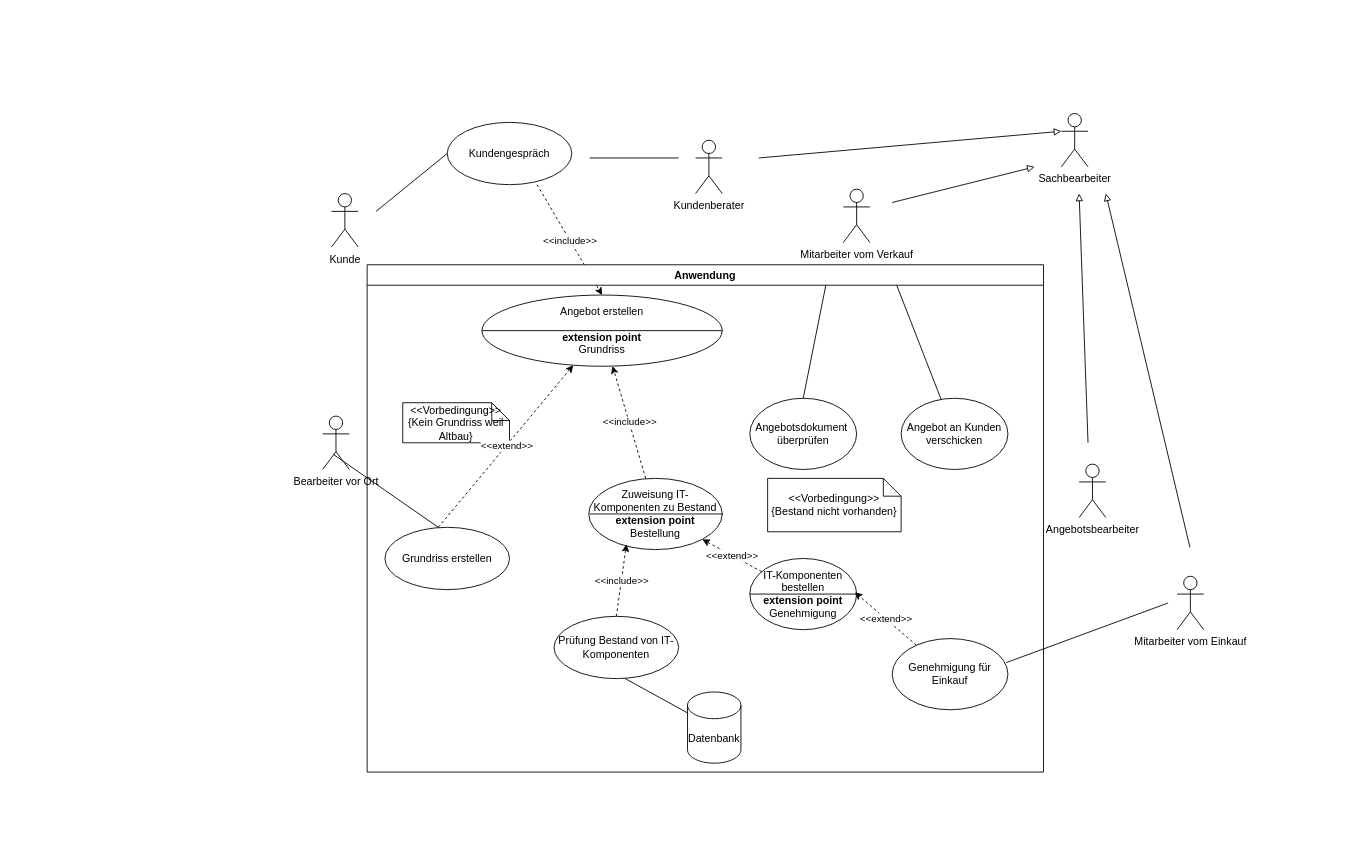
i21Erik/LF_8 keeps this draw.io diagram as Use-case-diagram.drawio. Above is the earlier version. Source tidied: cells renumbered, new cells numbered last; positions are measured from the earlier drawing's top-left corner, leaving out a move shared by most shapes. Both pictures are drawn from the tidied source at 89%, with x=0, y=0 at pixel (322, 113).
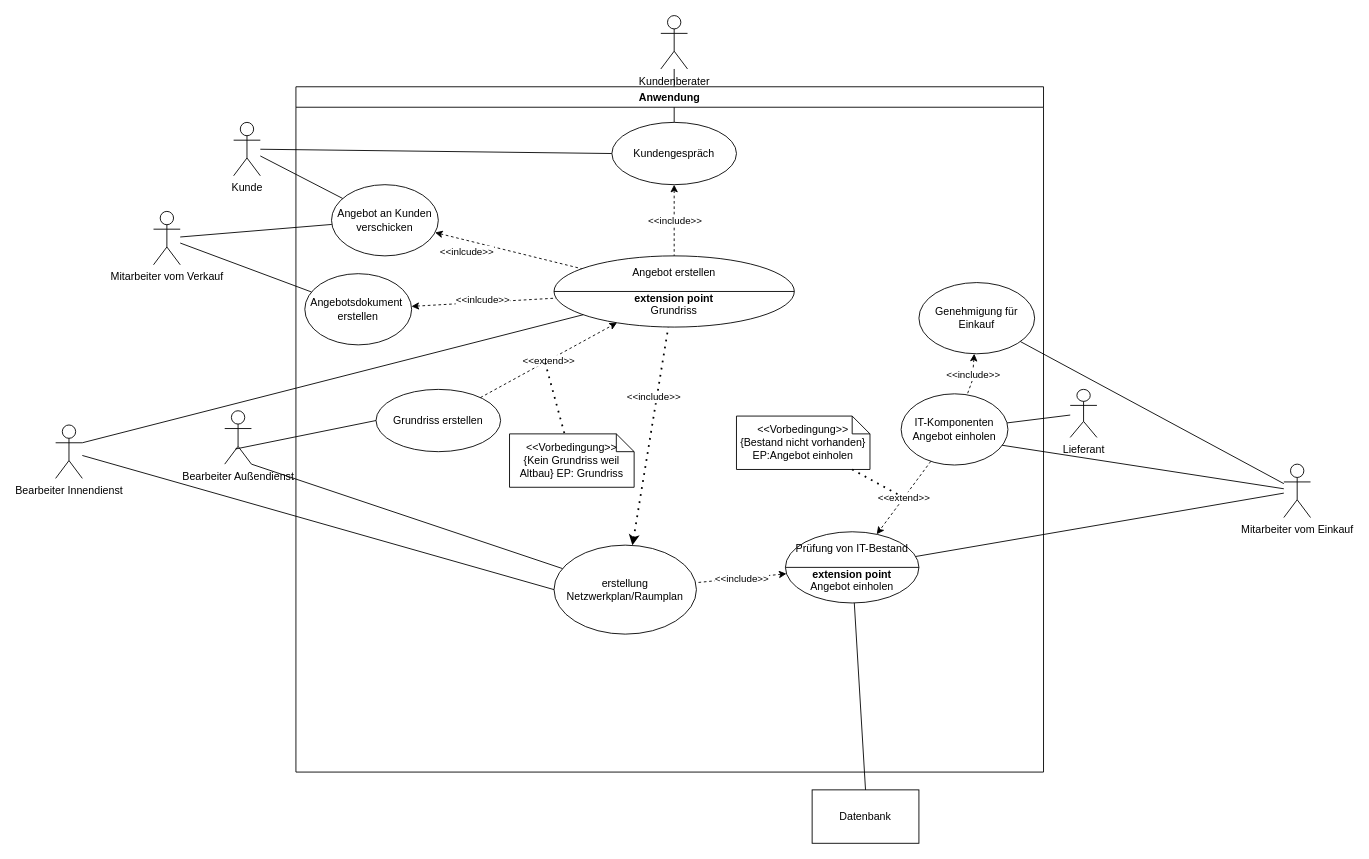
Above is the later version.

Commit message:
ueberarbeitetes Sequenzdiagramm

Diff of the diagram source:
```diff
@@
     <mxCell id="2" value="Kunde" style="shape=umlActor;verticalLabelPosition=bottom;verticalAlign=top;html=1;" parent="1" vertex="1">
-      <mxGeometry x="10" y="90" width="30" height="60" as="geometry" />
+      <mxGeometry x="-100" y="10" width="30" height="60" as="geometry" />
     </mxCell>
-    <mxCell id="3" value="Kundengespräch" style="ellipse;whiteSpace=wrap;html=1;" parent="1" vertex="1">
-      <mxGeometry x="140" y="10" width="140" height="70" as="geometry" />
-    </mxCell>
-    <mxCell id="4" value="Sachbearbeiter" style="shape=umlActor;verticalLabelPosition=bottom;verticalAlign=top;html=1;" parent="1" vertex="1">
-      <mxGeometry x="830" width="30" height="60" as="geometry" />
-    </mxCell>
-    <mxCell id="5" value="Datenbank" style="shape=cylinder3;whiteSpace=wrap;html=1;boundedLbl=1;backgroundOutline=1;size=15;" parent="1" vertex="1">
-      <mxGeometry x="410" y="650" width="60" height="80" as="geometry" />
-    </mxCell>
     <mxCell id="6" value="Kundenberater" style="shape=umlActor;verticalLabelPosition=bottom;verticalAlign=top;html=1;" parent="1" vertex="1">
-      <mxGeometry x="419" y="30" width="30" height="60" as="geometry" />
+      <mxGeometry x="380" y="-110" width="30" height="60" as="geometry" />
     </mxCell>
-    <mxCell id="7" value="Angebotsbearbeiter" style="shape=umlActor;verticalLabelPosition=bottom;verticalAlign=top;html=1;" parent="1" vertex="1">
-      <mxGeometry x="850" y="394" width="30" height="60" as="geometry" />
+    <mxCell id="7" value="Bearbeiter Innendienst" style="shape=umlActor;verticalLabelPosition=bottom;verticalAlign=top;html=1;" parent="1" vertex="1">
+      <mxGeometry x="-300" y="350" width="30" height="60" as="geometry" />
     </mxCell>
-    <mxCell id="8" value="Angebotsdokument&amp;nbsp; überprüfen" style="ellipse;whiteSpace=wrap;html=1;" parent="1" vertex="1">
-      <mxGeometry x="480" y="320" width="120" height="80" as="geometry" />
-    </mxCell>
-    <mxCell id="9" value="Angebot erstellen&lt;br&gt;&lt;br&gt;&lt;b&gt;extension point&lt;/b&gt;&lt;br&gt;Grundriss" style="ellipse;whiteSpace=wrap;html=1;" parent="1" vertex="1">
-      <mxGeometry x="179" y="204" width="270" height="80" as="geometry" />
-    </mxCell>
-    <mxCell id="10" value="Bearbeiter vor Ort" style="shape=umlActor;verticalLabelPosition=bottom;verticalAlign=top;html=1;" parent="1" vertex="1">
-      <mxGeometry y="340" width="30" height="60" as="geometry" />
+    <mxCell id="10" value="Bearbeiter Außendienst" style="shape=umlActor;verticalLabelPosition=bottom;verticalAlign=top;html=1;" parent="1" vertex="1">
+      <mxGeometry x="-110" y="334" width="30" height="60" as="geometry" />
     </mxCell>
-    <mxCell id="11" value="Grundriss erstellen" style="ellipse;whiteSpace=wrap;html=1;" parent="1" vertex="1">
-      <mxGeometry x="70" y="465" width="140" height="70" as="geometry" />
-    </mxCell>
-    <mxCell id="12" value="Prüfung Bestand von IT-Komponenten" style="ellipse;whiteSpace=wrap;html=1;" parent="1" vertex="1">
-      <mxGeometry x="260" y="565" width="140" height="70" as="geometry" />
-    </mxCell>
-    <mxCell id="13" style="endArrow=none;html=1;rounded=0;entryX=0.4;entryY=0.717;entryDx=0;entryDy=0;entryPerimeter=0;" parent="1" edge="1" target="10">
-      <mxGeometry relative="1" as="geometry">
-        <mxPoint x="130" y="465" as="sourcePoint" />
-      </mxGeometry>
+    <mxCell id="13" style="endArrow=none;html=1;rounded=0;entryX=0.4;entryY=0.717;entryDx=0;entryDy=0;entryPerimeter=0;exitX=0;exitY=0.5;exitDx=0;exitDy=0;" parent="1" edge="1" source="11" target="10">
+      <mxGeometry relative="1" as="geometry" />
     </mxCell>
-    <mxCell id="14" value="&amp;lt;&amp;lt;Vorbedingung&amp;gt;&amp;gt;&lt;br&gt;{Kein Grundriss weil Altbau}" style="shape=note;size=20;whiteSpace=wrap;html=1;" parent="1" vertex="1">
-      <mxGeometry x="90" y="325" width="120" height="45" as="geometry" />
-    </mxCell>
-    <mxCell id="15" style="endArrow=classic;html=1;rounded=0;dashed=1;" parent="1" edge="1" target="9">
-      <mxGeometry relative="1" as="geometry">
-        <mxPoint x="130" y="465" as="sourcePoint" />
-      </mxGeometry>
-    </mxCell>
-    <mxCell id="16" value="&amp;lt;&amp;lt;extend&amp;gt;&amp;gt;" style="edgeLabel;html=1;align=center;verticalAlign=middle;" parent="15" vertex="1">
-      <mxGeometry relative="1" as="geometry" />
-    </mxCell>
-    <mxCell id="17" style="line;strokeWidth=1;fillColor=none;align=left;verticalAlign=middle;spacingTop=-1;spacingLeft=3;spacingRight=3;labelPosition=right;strokeColor=inherit;" parent="1" vertex="1">
-      <mxGeometry x="179" y="240" width="270" height="8" as="geometry" />
-    </mxCell>
-    <mxCell id="18" style="endArrow=classic;html=1;rounded=0;dashed=1;entryX=0.5;entryY=0;entryDx=0;entryDy=0;exitX=0.721;exitY=1;exitDx=0;exitDy=0;exitPerimeter=0;" parent="1" edge="1" source="3" target="9">
-      <mxGeometry relative="1" as="geometry" />
-    </mxCell>
-    <mxCell id="19" value="&amp;lt;&amp;lt;include&amp;gt;&amp;gt;" style="edgeLabel;html=1;align=center;verticalAlign=middle;" parent="18" vertex="1">
-      <mxGeometry relative="1" as="geometry" />
-    </mxCell>
-    <mxCell id="20" value="IT-Komponenten bestellen&lt;br&gt;&lt;b&gt;extension point&lt;/b&gt;&lt;br&gt;Genehmigung" style="ellipse;whiteSpace=wrap;html=1;" parent="1" vertex="1">
-      <mxGeometry x="480" y="500" width="120" height="80" as="geometry" />
-    </mxCell>
-    <mxCell id="21" value="Genehmigung für Einkauf" style="ellipse;whiteSpace=wrap;html=1;" parent="1" vertex="1">
-      <mxGeometry x="640" y="590" width="130" height="80" as="geometry" />
-    </mxCell>
-    <mxCell id="22" value="Mitarbeiter vom Einkauf" style="shape=umlActor;verticalLabelPosition=bottom;verticalAlign=top;html=1;outlineConnect=0;" parent="1" vertex="1">
-      <mxGeometry x="960" y="520" width="30" height="60" as="geometry" />
-    </mxCell>
-    <mxCell id="23" value="Zuweisung IT-Komponenten zu Bestand&lt;br&gt;&lt;b&gt;extension point&lt;br&gt;&lt;/b&gt;Bestellung" style="ellipse;whiteSpace=wrap;html=1;" parent="1" vertex="1">
-      <mxGeometry x="299" y="410" width="150" height="80" as="geometry" />
-    </mxCell>
-    <mxCell id="24" style="endArrow=classic;html=1;rounded=0;dashed=1;" parent="1" edge="1" target="9">
-      <mxGeometry relative="1" as="geometry">
-        <mxPoint x="363" y="410" as="sourcePoint" />
-      </mxGeometry>
-    </mxCell>
-    <mxCell id="25" value="&amp;lt;&amp;lt;include&amp;gt;&amp;gt;" style="edgeLabel;html=1;align=center;verticalAlign=middle;" parent="24" vertex="1">
-      <mxGeometry relative="1" as="geometry" />
-    </mxCell>
-    <mxCell id="26" style="endArrow=classic;html=1;rounded=0;dashed=1;" parent="1" edge="1" source="20" target="23">
-      <mxGeometry x="-1" y="-140" relative="1" as="geometry">
-        <mxPoint x="-42" y="164" as="offset" />
-      </mxGeometry>
-    </mxCell>
-    <mxCell id="27" value="&amp;lt;&amp;lt;extend&amp;gt;&amp;gt;" style="edgeLabel;html=1;align=center;verticalAlign=middle;" parent="26" vertex="1">
-      <mxGeometry relative="1" as="geometry" />
-    </mxCell>
-    <mxCell id="28" style="endArrow=classic;html=1;rounded=0;dashed=1;exitX=0.5;exitY=0;exitDx=0;exitDy=0;" parent="1" edge="1" source="12">
-      <mxGeometry relative="1" as="geometry">
-        <mxPoint x="341.4" y="484" as="targetPoint" />
-      </mxGeometry>
-    </mxCell>
-    <mxCell id="29" value="&amp;lt;&amp;lt;include&amp;gt;&amp;gt;" style="edgeLabel;html=1;align=center;verticalAlign=middle;" parent="28" vertex="1">
-      <mxGeometry relative="1" as="geometry" />
-    </mxCell>
-    <mxCell id="30" style="endArrow=none;html=1;rounded=0;entryX=0;entryY=0.5;entryDx=0;entryDy=0;" parent="1" edge="1" target="3">
-      <mxGeometry relative="1" as="geometry">
-        <mxPoint x="60" y="110" as="sourcePoint" />
-      </mxGeometry>
+    <mxCell id="30" style="endArrow=none;html=1;rounded=0;entryX=0;entryY=0.5;entryDx=0;entryDy=0;" parent="1" edge="1" source="2" target="3">
+      <mxGeometry relative="1" as="geometry" />
     </mxCell>
-    <mxCell id="31" style="endArrow=none;html=1;rounded=0;" parent="1" edge="1">
-      <mxGeometry relative="1" as="geometry">
-        <mxPoint x="300" y="50" as="sourcePoint" />
-        <mxPoint x="400" y="50" as="targetPoint" />
-      </mxGeometry>
+    <mxCell id="31" style="endArrow=none;html=1;rounded=0;" parent="1" edge="1" source="3" target="6">
+      <mxGeometry relative="1" as="geometry" />
     </mxCell>
-    <mxCell id="32" style="endArrow=block;html=1;rounded=0;entryX=0;entryY=0.3333333333333333;entryDx=0;entryDy=0;entryPerimeter=0;endFill=0;" parent="1" edge="1" target="4">
-      <mxGeometry relative="1" as="geometry">
-        <mxPoint x="490" y="50" as="sourcePoint" />
-      </mxGeometry>
-    </mxCell>
     <mxCell id="33" value="Mitarbeiter vom Verkauf" style="shape=umlActor;verticalLabelPosition=bottom;verticalAlign=top;html=1;" parent="1" vertex="1">
-      <mxGeometry x="585" y="85" width="30" height="60" as="geometry" />
+      <mxGeometry x="-190" y="110" width="30" height="60" as="geometry" />
     </mxCell>
-    <mxCell id="34" value="Angebot an Kunden verschicken" style="ellipse;whiteSpace=wrap;html=1;" parent="1" vertex="1">
-      <mxGeometry x="650" y="320" width="120" height="80" as="geometry" />
-    </mxCell>
-    <mxCell id="35" style="endArrow=block;html=1;rounded=0;endFill=0;" parent="1" edge="1">
-      <mxGeometry relative="1" as="geometry">
-        <mxPoint x="640" y="100" as="sourcePoint" />
-        <mxPoint x="800" y="60" as="targetPoint" />
-      </mxGeometry>
-    </mxCell>
-    <mxCell id="36" style="endArrow=block;html=1;rounded=0;endFill=0;" parent="1" edge="1">
-      <mxGeometry relative="1" as="geometry">
-        <mxPoint x="860" y="370" as="sourcePoint" />
-        <mxPoint x="850" y="90" as="targetPoint" />
-      </mxGeometry>
-    </mxCell>
-    <mxCell id="37" style="line;strokeWidth=1;fillColor=none;align=left;verticalAlign=middle;spacingTop=-1;spacingLeft=3;spacingRight=3;labelPosition=right;strokeColor=inherit;" parent="1" vertex="1">
-      <mxGeometry x="300" y="446" width="150" height="8" as="geometry" />
-    </mxCell>
-    <mxCell id="38" style="endArrow=none;html=1;rounded=0;" parent="1" edge="1" target="5">
-      <mxGeometry relative="1" as="geometry">
-        <mxPoint x="340" y="635" as="sourcePoint" />
-      </mxGeometry>
-    </mxCell>
-    <mxCell id="39" value="&amp;lt;&amp;lt;Vorbedingung&amp;gt;&amp;gt;&lt;br&gt;{Bestand nicht vorhanden}" style="shape=note;size=20;whiteSpace=wrap;html=1;" parent="1" vertex="1">
-      <mxGeometry x="500" y="410" width="150" height="60" as="geometry" />
-    </mxCell>
-    <mxCell id="40" style="line;strokeWidth=1;fillColor=none;align=left;verticalAlign=middle;spacingTop=-1;spacingLeft=3;spacingRight=3;labelPosition=right;points=[];portConstraint=eastwest;strokeColor=inherit;" parent="1" vertex="1">
-      <mxGeometry x="480" y="536" width="120" height="8" as="geometry" />
-    </mxCell>
-    <mxCell id="41" style="endArrow=classic;html=1;rounded=0;dashed=1;entryX=0.983;entryY=0.25;entryDx=0;entryDy=0;entryPerimeter=0;" parent="1" edge="1" source="21" target="40">
-      <mxGeometry x="-1" y="-140" relative="1" as="geometry">
-        <mxPoint x="-42" y="164" as="offset" />
-      </mxGeometry>
-    </mxCell>
-    <mxCell id="42" value="&amp;lt;&amp;lt;extend&amp;gt;&amp;gt;" style="edgeLabel;html=1;align=center;verticalAlign=middle;" parent="41" vertex="1">
-      <mxGeometry relative="1" as="geometry" />
-    </mxCell>
-    <mxCell id="43" style="endArrow=none;html=1;rounded=0;exitX=0.985;exitY=0.338;exitDx=0;exitDy=0;exitPerimeter=0;" parent="1" edge="1" source="21">
-      <mxGeometry relative="1" as="geometry">
-        <mxPoint x="950" y="550" as="targetPoint" />
-      </mxGeometry>
-    </mxCell>
-    <mxCell id="44" style="endArrow=block;html=1;rounded=0;endFill=0;" parent="1" edge="1">
-      <mxGeometry relative="1" as="geometry">
-        <mxPoint x="974.5" y="487.5" as="sourcePoint" />
-        <mxPoint x="880" y="90" as="targetPoint" />
-      </mxGeometry>
-    </mxCell>
-    <mxCell id="45" style="endArrow=none;html=1;rounded=0;exitX=0.5;exitY=0;exitDx=0;exitDy=0;" parent="1" edge="1" source="8">
-      <mxGeometry relative="1" as="geometry">
-        <mxPoint x="570" y="170" as="targetPoint" />
-      </mxGeometry>
+    <mxCell id="45" style="endArrow=none;html=1;rounded=0;" parent="1" edge="1" source="8" target="33">
+      <mxGeometry relative="1" as="geometry" />
     </mxCell>
-    <mxCell id="46" style="endArrow=none;html=1;rounded=0;" parent="1" edge="1" source="34">
-      <mxGeometry relative="1" as="geometry">
-        <mxPoint x="640" y="180" as="targetPoint" />
-      </mxGeometry>
+    <mxCell id="46" style="endArrow=none;html=1;rounded=0;" parent="1" edge="1" source="34" target="33">
+      <mxGeometry relative="1" as="geometry" />
     </mxCell>
     <mxCell id="47" value="Anwendung" style="swimlane;whiteSpace=wrap;html=1;" parent="1" vertex="1">
-      <mxGeometry x="50" y="170" width="760" height="570" as="geometry" />
+      <mxGeometry x="-30" y="-30" width="840" height="770" as="geometry" />
     </mxCell>
+    <mxCell id="21" value="Genehmigung für Einkauf" style="ellipse;whiteSpace=wrap;html=1;" parent="47" vertex="1">
+      <mxGeometry x="700" y="220" width="130" height="80" as="geometry" />
+    </mxCell>
+    <mxCell id="14" value="&amp;lt;&amp;lt;Vorbedingung&amp;gt;&amp;gt;&lt;br&gt;{Kein Grundriss weil Altbau} EP: Grundriss" style="shape=note;size=20;whiteSpace=wrap;html=1;" parent="47" vertex="1">
+      <mxGeometry x="240" y="390" width="140" height="60" as="geometry" />
+    </mxCell>
+    <mxCell id="11" value="Grundriss erstellen" style="ellipse;whiteSpace=wrap;html=1;" parent="47" vertex="1">
+      <mxGeometry x="90" y="340" width="140" height="70" as="geometry" />
+    </mxCell>
+    <mxCell id="48" value="erstellung Netzwerkplan/Raumplan" style="ellipse;whiteSpace=wrap;html=1;" parent="47" vertex="1">
+      <mxGeometry x="290" y="515" width="160" height="100" as="geometry" />
+    </mxCell>
+    <mxCell id="49" style="endArrow=none;dashed=1;html=1;dashPattern=1 3;strokeWidth=2;rounded=0;endFill=0;startArrow=classic;startFill=1;" parent="47" edge="1" source="48" target="9">
+      <mxGeometry relative="1" as="geometry" />
+    </mxCell>
+    <mxCell id="29" value="&amp;lt;&amp;lt;include&amp;gt;&amp;gt;" style="edgeLabel;html=1;align=center;verticalAlign=middle;" parent="49" vertex="1">
+      <mxGeometry x="0.35" y="4" relative="1" as="geometry" />
+    </mxCell>
+    <mxCell id="8" value="Angebotsdokument&amp;nbsp; erstellen" style="ellipse;whiteSpace=wrap;html=1;" parent="47" vertex="1">
+      <mxGeometry x="10" y="210" width="120" height="80" as="geometry" />
+    </mxCell>
+    <mxCell id="34" value="Angebot an Kunden verschicken" style="ellipse;whiteSpace=wrap;html=1;" parent="47" vertex="1">
+      <mxGeometry x="40" y="110" width="120" height="80" as="geometry" />
+    </mxCell>
+    <mxCell id="9" value="Angebot erstellen&lt;br&gt;&lt;br&gt;&lt;b&gt;extension point&lt;/b&gt;&lt;br&gt;Grundriss" style="ellipse;whiteSpace=wrap;html=1;" parent="47" vertex="1">
+      <mxGeometry x="290" y="190" width="270" height="80" as="geometry" />
+    </mxCell>
+    <mxCell id="15" style="endArrow=classic;html=1;rounded=0;dashed=1;" parent="47" edge="1" source="11" target="9">
+      <mxGeometry relative="1" as="geometry" />
+    </mxCell>
+    <mxCell id="16" value="&amp;lt;&amp;lt;extend&amp;gt;&amp;gt;" style="edgeLabel;html=1;align=center;verticalAlign=middle;" parent="15" vertex="1">
+      <mxGeometry relative="1" as="geometry" />
+    </mxCell>
+    <mxCell id="50" style="endArrow=none;html=1;rounded=0;dashed=1;endFill=0;startArrow=classic;startFill=1;" parent="47" edge="1" source="34" target="9">
+      <mxGeometry relative="1" as="geometry" />
+    </mxCell>
+    <mxCell id="51" value="&amp;lt;&amp;lt;inlcude&amp;gt;&amp;gt;" style="edgeLabel;html=1;align=center;verticalAlign=middle;" parent="50" vertex="1">
+      <mxGeometry x="-0.38" relative="1" as="geometry">
+        <mxPoint x="-16" y="8" as="offset" />
+      </mxGeometry>
+    </mxCell>
+    <mxCell id="52" style="endArrow=none;html=1;rounded=0;dashed=1;endFill=0;startArrow=classic;startFill=1;" parent="47" edge="1" source="8" target="9">
+      <mxGeometry relative="1" as="geometry" />
+    </mxCell>
+    <mxCell id="53" value="&amp;lt;&amp;lt;inlcude&amp;gt;&amp;gt;" style="edgeLabel;html=1;align=center;verticalAlign=middle;" parent="52" vertex="1">
+      <mxGeometry x="-0.38" relative="1" as="geometry">
+        <mxPoint x="30" y="-4" as="offset" />
+      </mxGeometry>
+    </mxCell>
+    <mxCell id="3" value="Kundengespräch" style="ellipse;whiteSpace=wrap;html=1;" parent="47" vertex="1">
+      <mxGeometry x="355" y="40" width="140" height="70" as="geometry" />
+    </mxCell>
+    <mxCell id="18" style="endArrow=none;html=1;rounded=0;dashed=1;entryX=0.5;entryY=0;entryDx=0;entryDy=0;endFill=0;startArrow=classic;startFill=1;" parent="47" edge="1" source="3" target="9">
+      <mxGeometry relative="1" as="geometry" />
+    </mxCell>
+    <mxCell id="19" value="&amp;lt;&amp;lt;include&amp;gt;&amp;gt;" style="edgeLabel;html=1;align=center;verticalAlign=middle;" parent="18" vertex="1">
+      <mxGeometry relative="1" as="geometry" />
+    </mxCell>
+    <mxCell id="17" style="line;strokeWidth=1;fillColor=none;align=left;verticalAlign=middle;spacingTop=-1;spacingLeft=3;spacingRight=3;labelPosition=right;strokeColor=inherit;" parent="47" vertex="1">
+      <mxGeometry x="290" y="226" width="270" height="8" as="geometry" />
+    </mxCell>
+    <mxCell id="20" value="IT-Komponenten Angebot einholen" style="ellipse;whiteSpace=wrap;html=1;" parent="47" vertex="1">
+      <mxGeometry x="680" y="345" width="120" height="80" as="geometry" />
+    </mxCell>
+    <mxCell id="41" style="endArrow=none;html=1;dashed=1;endFill=0;startArrow=classic;startFill=1;strokeColor=default;rounded=0;" parent="47" edge="1" source="21" target="20">
+      <mxGeometry x="-1" y="-140" relative="1" as="geometry">
+        <Array as="points">
+          <mxPoint x="760" y="330" />
+        </Array>
+        <mxPoint x="-42" y="164" as="offset" />
+      </mxGeometry>
+    </mxCell>
+    <mxCell id="42" value="&amp;lt;&amp;lt;include&amp;gt;&amp;gt;" style="edgeLabel;html=1;align=center;verticalAlign=middle;" parent="41" vertex="1">
+      <mxGeometry relative="1" as="geometry" />
+    </mxCell>
+    <mxCell id="39" value="&amp;lt;&amp;lt;Vorbedingung&amp;gt;&amp;gt;&lt;br&gt;{Bestand nicht vorhanden}&lt;br&gt;EP:Angebot einholen" style="shape=note;size=20;whiteSpace=wrap;html=1;" parent="47" vertex="1">
+      <mxGeometry x="495" y="370" width="150" height="60" as="geometry" />
+    </mxCell>
+    <mxCell id="23" value="Prüfung von IT-Bestand&lt;br&gt;&lt;br&gt;&lt;b&gt;extension point&lt;br&gt;&lt;/b&gt;Angebot einholen" style="ellipse;whiteSpace=wrap;html=1;" parent="47" vertex="1">
+      <mxGeometry x="550" y="500" width="150" height="80" as="geometry" />
+    </mxCell>
+    <mxCell id="26" style="endArrow=classic;html=1;rounded=0;dashed=1;" parent="47" edge="1" source="20" target="23">
+      <mxGeometry x="-1" y="-140" relative="1" as="geometry">
+        <mxPoint x="-42" y="164" as="offset" />
+      </mxGeometry>
+    </mxCell>
+    <mxCell id="27" value="&amp;lt;&amp;lt;extend&amp;gt;&amp;gt;" style="edgeLabel;html=1;align=center;verticalAlign=middle;" parent="26" vertex="1">
+      <mxGeometry relative="1" as="geometry" />
+    </mxCell>
+    <mxCell id="37" style="line;strokeWidth=1;fillColor=none;align=left;verticalAlign=middle;spacingTop=-1;spacingLeft=3;spacingRight=3;labelPosition=right;strokeColor=inherit;" parent="47" vertex="1">
+      <mxGeometry x="550" y="536" width="150" height="8" as="geometry" />
+    </mxCell>
+    <mxCell id="24" style="endArrow=none;html=1;rounded=0;dashed=1;endFill=0;startArrow=classic;startFill=1;" parent="47" edge="1" source="23" target="48">
+      <mxGeometry relative="1" as="geometry" />
+    </mxCell>
+    <mxCell id="25" value="&amp;lt;&amp;lt;include&amp;gt;&amp;gt;" style="edgeLabel;html=1;align=center;verticalAlign=middle;" parent="24" vertex="1">
+      <mxGeometry relative="1" as="geometry" />
+    </mxCell>
+    <mxCell id="5" value="Datenbank" style="rounded=0;whiteSpace=wrap;html=1;" parent="1" vertex="1">
+      <mxGeometry x="550" y="760" width="120" height="60" as="geometry" />
+    </mxCell>
+    <mxCell id="54" style="endArrow=none;html=1;rounded=0;exitX=1;exitY=0.3333333333333333;exitDx=0;exitDy=0;exitPerimeter=0;" parent="1" edge="1" source="7" target="9">
+      <mxGeometry relative="1" as="geometry" />
+    </mxCell>
+    <mxCell id="55" style="endArrow=none;html=1;rounded=0;entryX=0.5;entryY=0;entryDx=0;entryDy=0;" parent="1" edge="1" source="23" target="5">
+      <mxGeometry relative="1" as="geometry" />
+    </mxCell>
+    <mxCell id="22" value="Mitarbeiter vom Einkauf" style="shape=umlActor;verticalLabelPosition=bottom;verticalAlign=top;html=1;outlineConnect=0;" parent="1" vertex="1">
+      <mxGeometry x="1080" y="394" width="30" height="60" as="geometry" />
+    </mxCell>
+    <mxCell id="56" style="endArrow=none;html=1;rounded=0;" parent="1" edge="1" source="21" target="22">
+      <mxGeometry relative="1" as="geometry" />
+    </mxCell>
+    <mxCell id="57" value="Lieferant" style="shape=umlActor;verticalLabelPosition=bottom;verticalAlign=top;html=1;outlineConnect=0;" parent="1" vertex="1">
+      <mxGeometry x="840" y="310" width="30" height="54" as="geometry" />
+    </mxCell>
+    <mxCell id="58" style="endArrow=none;html=1;rounded=0;" parent="1" edge="1" source="57" target="20">
+      <mxGeometry relative="1" as="geometry" />
+    </mxCell>
+    <mxCell id="59" style="endArrow=none;html=1;rounded=0;entryX=0.945;entryY=0.722;entryDx=0;entryDy=0;entryPerimeter=0;" parent="1" edge="1" source="22" target="20">
+      <mxGeometry relative="1" as="geometry" />
+    </mxCell>
+    <mxCell id="60" style="endArrow=none;dashed=1;html=1;dashPattern=1 3;strokeWidth=2;rounded=0;" parent="1" edge="1" target="14">
+      <mxGeometry relative="1" as="geometry">
+        <mxPoint x="250" y="280" as="sourcePoint" />
+      </mxGeometry>
+    </mxCell>
+    <mxCell id="61" style="endArrow=none;dashed=1;html=1;dashPattern=1 3;strokeWidth=2;rounded=0;" parent="1" edge="1" source="39">
+      <mxGeometry relative="1" as="geometry">
+        <mxPoint x="650" y="430" as="targetPoint" />
+      </mxGeometry>
+    </mxCell>
+    <mxCell id="62" style="endArrow=none;html=1;rounded=0;entryX=1;entryY=1;entryDx=0;entryDy=0;entryPerimeter=0;" parent="1" edge="1" source="48" target="10">
+      <mxGeometry relative="1" as="geometry" />
+    </mxCell>
+    <mxCell id="63" style="endArrow=none;html=1;rounded=0;exitX=0;exitY=0.5;exitDx=0;exitDy=0;" parent="1" edge="1" source="48" target="7">
+      <mxGeometry relative="1" as="geometry" />
+    </mxCell>
+    <mxCell id="64" style="endArrow=none;html=1;rounded=0;" parent="1" edge="1" source="23" target="22">
+      <mxGeometry relative="1" as="geometry" />
+    </mxCell>
+    <mxCell id="65" style="endArrow=none;html=1;rounded=0;" parent="1" edge="1" source="2" target="34">
+      <mxGeometry relative="1" as="geometry" />
+    </mxCell>
```
